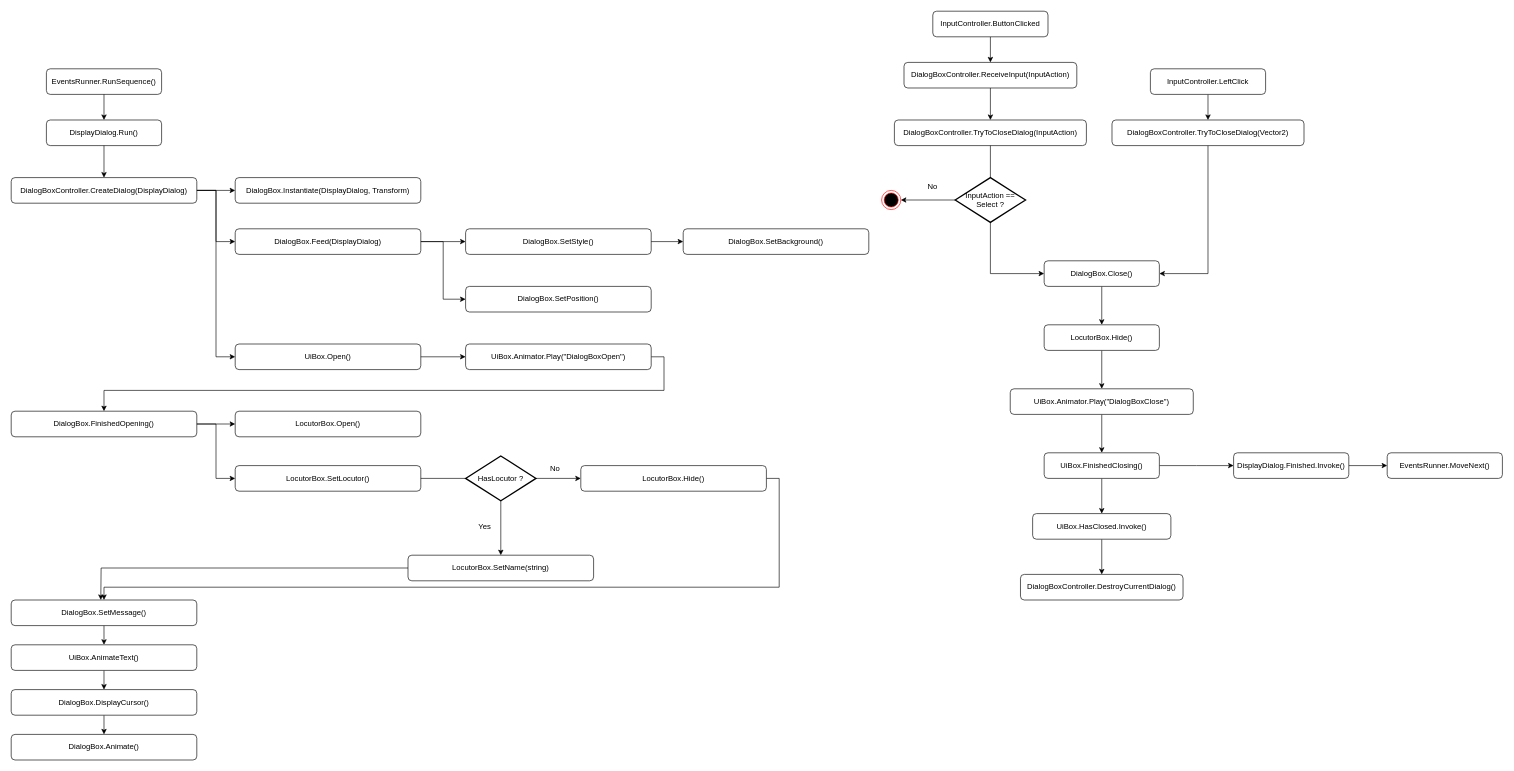
Before: page "Dialogs.DialogBoxDisplay" (3 of 17) of Ace_Engine.drawio in MaximeJoly96/LC_Unity, a draw.io diagram. Source tidied: cells renumbered, new cells numbered last; positions are measured from the earlier drawing's top-left corner, leaving out a move shared by most shapes. Both pictures are drawn from the tidied source at 64%, with x=0, y=0 at pixel (11, 11).
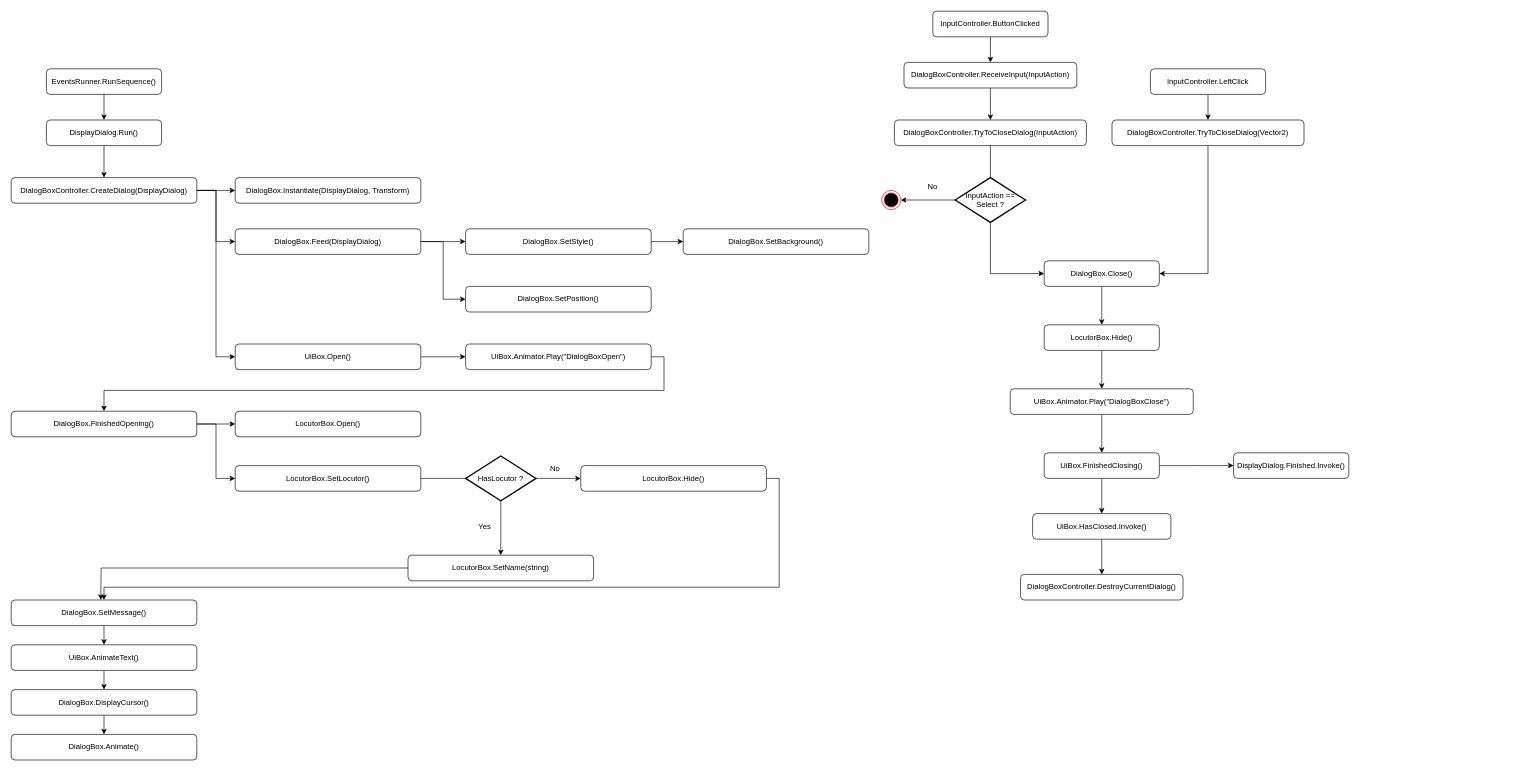
After the change.

The change refers to these unchanged cells:
```xml
<mxCell id="69" value="DisplayDialog.Finished.Invoke()" style="rounded=1;whiteSpace=wrap;html=1;" parent="1" vertex="1">
  <mxGeometry x="1910" y="690" width="180" height="40" as="geometry" />
</mxCell>
```

Change to the diagram source:
```diff
@@
-    <mxCell id="68" style="edgeStyle=orthogonalEdgeStyle;rounded=0;jettySize=auto;html=1;exitX=1;exitY=0.5;exitDx=0;exitDy=0;entryX=0;entryY=0.5;entryDx=0;entryDy=0;" parent="1" edge="1" source="69" target="71">
-      <mxGeometry relative="1" as="geometry" />
-    </mxCell>
@@
-    <mxCell id="71" value="EventsRunner.MoveNext()" style="rounded=1;whiteSpace=wrap;html=1;" parent="1" vertex="1">
-      <mxGeometry x="2150" y="690" width="180" height="40" as="geometry" />
-    </mxCell>
```
